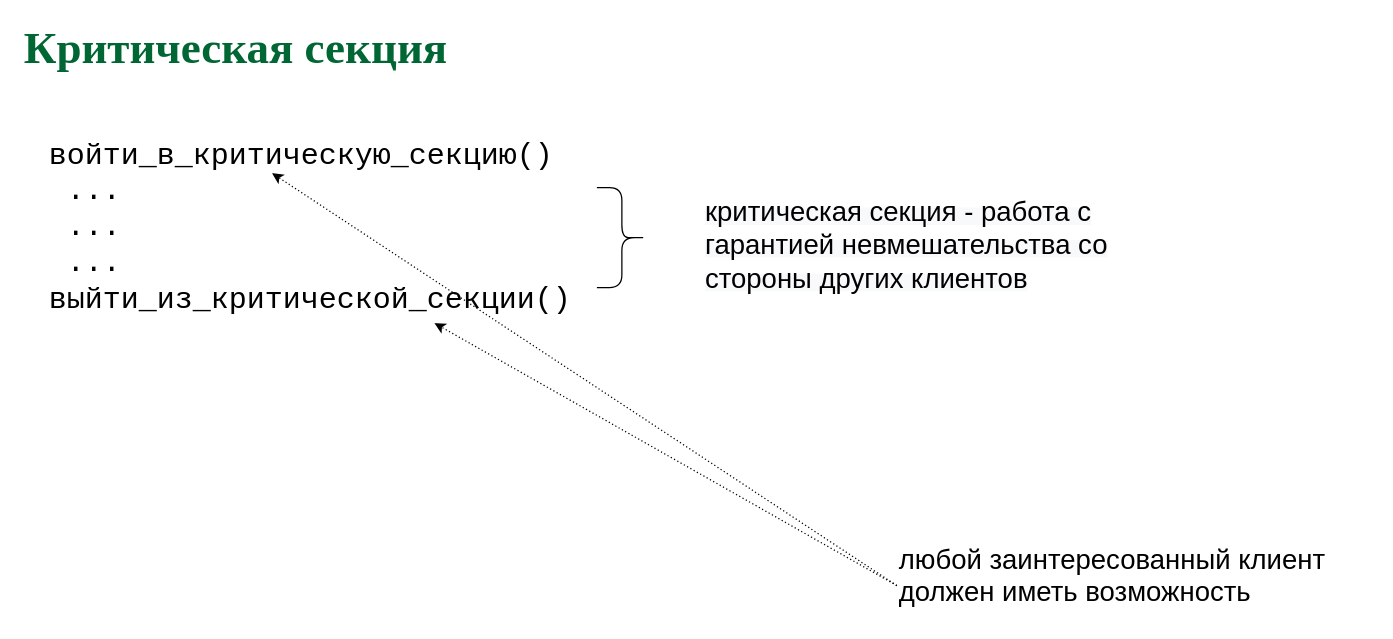
Before: page "CritSec" (1 of 18) of slides/sync.drawio in 77maxikov/os_course, a draw.io diagram. Source tidied: cells renumbered, new cells numbered last; positions are measured from the earlier drawing's top-left corner, leaving out a move shared by most shapes. Both pictures are drawn from the tidied source at 125%, with x=0, y=0 at pixel (21, 35).
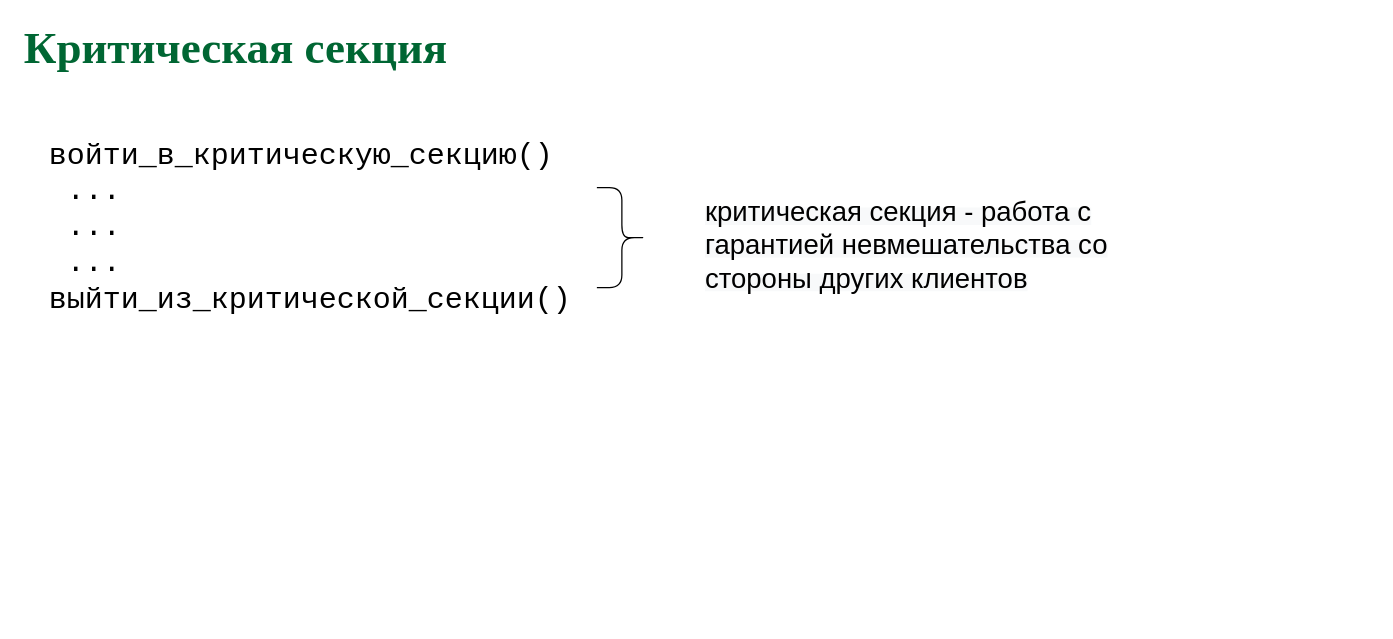
The same page after the edit.

Diff of the diagram source:
```diff
@@
 <mxGraphModel>
   <root>
     <mxCell id="0" />
     <mxCell id="1" parent="0" />
     <mxCell id="2" value="&lt;font face=&quot;Courier New&quot; style=&quot;font-size: 24px&quot;&gt;войти_в_критическую_секцию()&lt;br&gt;&lt;div&gt;&amp;nbsp;...&lt;/div&gt;&lt;div&gt;&amp;nbsp;...&lt;/div&gt;&lt;div&gt;&amp;nbsp;...&lt;/div&gt;&lt;div&gt;&lt;span&gt;выйти_из_критической_секции()&lt;/span&gt;&lt;/div&gt;&lt;/font&gt;" style="text;html=1;align=left;verticalAlign=middle;points=[];" parent="1" vertex="1">
       <mxGeometry x="20" y="114" width="430" height="80" as="geometry" />
     </mxCell>
     <mxCell id="3" style="shape=curlyBracket;whiteSpace=wrap;html=1;rounded=1;size=0.5;direction=west;" parent="1" vertex="1">
       <mxGeometry x="460" y="121.5" width="40" height="80" as="geometry" />
     </mxCell>
     <mxCell id="4" value="&lt;span style=&quot;color: rgb(0 , 0 , 0) ; font-style: normal ; font-weight: 400 ; letter-spacing: normal ; text-align: left ; text-indent: 0px ; text-transform: none ; word-spacing: 0px ; background-color: rgb(248 , 249 , 250) ; display: inline ; float: none&quot;&gt;&lt;font style=&quot;font-size: 22px&quot;&gt;критическая секция - работа с гарантией невмешательства со стороны других клиентов&lt;/font&gt;&lt;/span&gt;" style="text;whiteSpace=wrap;html=1;" parent="1" vertex="1">
       <mxGeometry x="545" y="121.5" width="380" height="65" as="geometry" />
     </mxCell>
     <mxCell id="5" value="&lt;font face=&quot;Garamond&quot; color=&quot;#006633&quot; size=&quot;1&quot;&gt;&lt;b style=&quot;font-size: 36px&quot;&gt;Критическая секция&lt;/b&gt;&lt;/font&gt;" style="text;html=1;align=left;verticalAlign=middle;whiteSpace=wrap;rounded=0;" parent="1" vertex="1">
       <mxGeometry width="920" height="20" as="geometry" />
     </mxCell>
-    <mxCell id="6" style="endArrow=classic;html=1;dashed=1;dashPattern=1 2;" parent="1" edge="1">
-      <mxGeometry relative="1" as="geometry">
-        <mxPoint x="700" y="440" as="sourcePoint" />
-        <mxPoint x="330" y="230" as="targetPoint" />
-      </mxGeometry>
-    </mxCell>
-    <mxCell id="7" style="endArrow=classic;html=1;dashed=1;dashPattern=1 2;entryX=0.419;entryY=-0.05;entryDx=0;entryDy=0;entryPerimeter=0;" parent="1" edge="1" target="2">
-      <mxGeometry relative="1" as="geometry">
-        <mxPoint x="700" y="440" as="sourcePoint" />
-      </mxGeometry>
-    </mxCell>
-    <mxCell id="8" value="&lt;span style=&quot;font-size: 22px&quot;&gt;любой заинтересованный клиент должен иметь возможность&lt;/span&gt;" style="text;whiteSpace=wrap;html=1;" parent="1" vertex="1">
-      <mxGeometry x="700" y="400" width="380" height="65" as="geometry" />
-    </mxCell>
   </root>
 </mxGraphModel>
```
